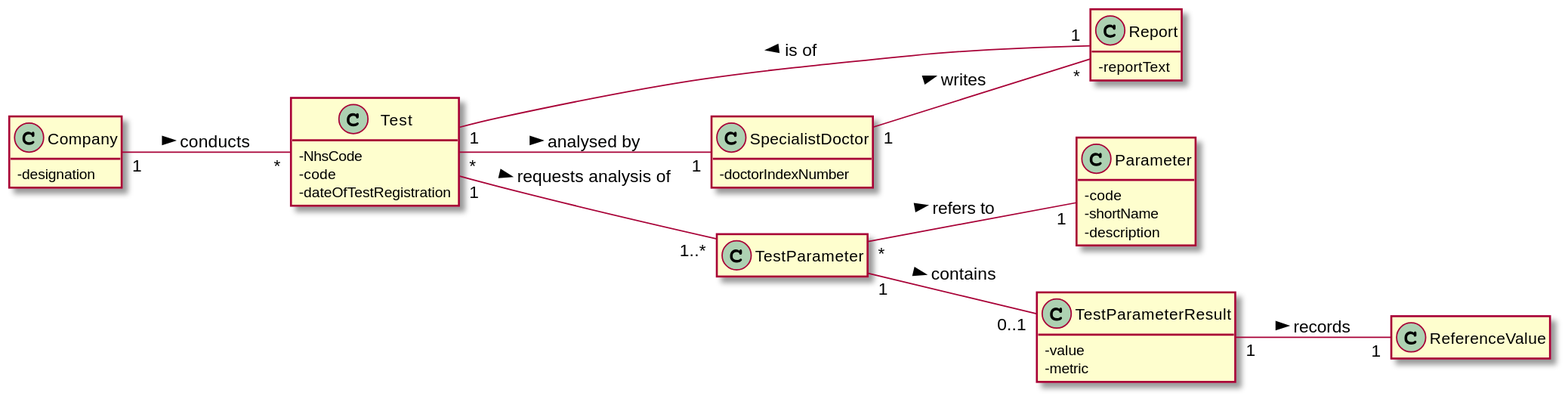
Before: docs/SprintD/US_14/US014_DM.svg, a diagram exported from PlantUML (ana-albergaria/LAPR2-ISEP).
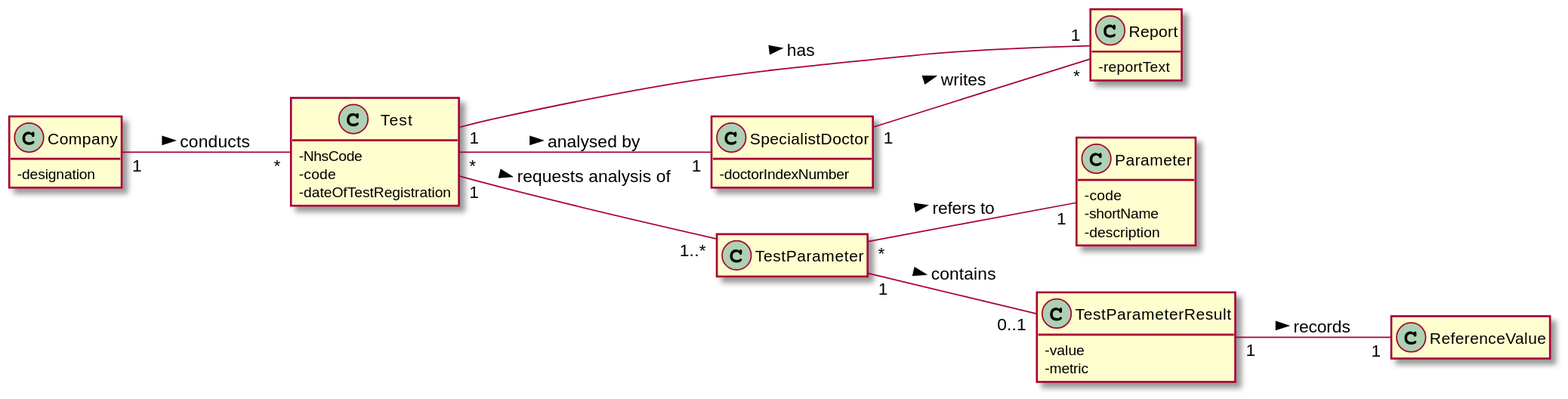
The same diagram one commit later.

What changed in the source:
```diff
@@ -45,7 +45,7 @@
 Company "1" -- "*" Test : conducts >
 Test "*" -- "1" SpecialistDoctor : analysed by >
 SpecialistDoctor "1" -- "*" Report : writes >
-Report "1" -- "1" Test : is of >
+Report "1" -- "1" Test : has <
 Test "1" -- "1..*" TestParameter : requests analysis of >
 TestParameter "*" -- "1" Parameter : refers to >
 TestParameter "1" -- "0..1" TestParameterResult : contains >
```
